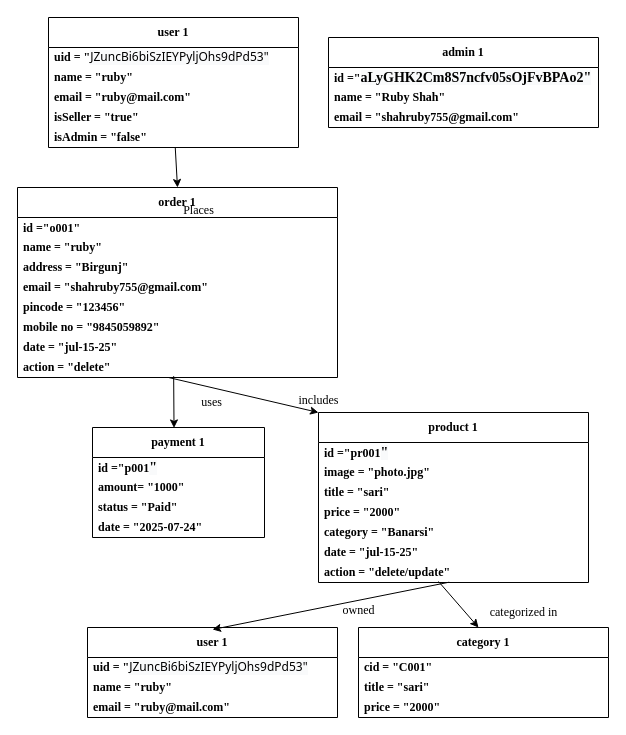
The draw.io diagram Text/diagram of data.drawio in rubyshah755/ecommerce, before the edit. Source tidied: cells renumbered, new cells numbered last; positions are measured from the earlier drawing's top-left corner, leaving out a move shared by most shapes. Both pictures are drawn from the tidied source at 100%, with x=0, y=0 at pixel (17, 17).
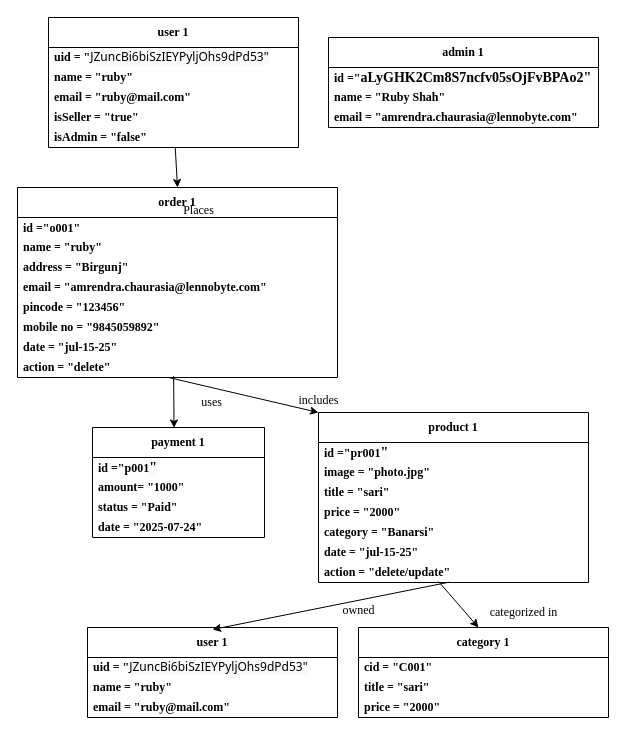
After the change.

The change refers to these unchanged cells:
```xml
<mxCell id="8" value="&lt;span&gt;&lt;font&gt;admin 1&lt;/font&gt;&lt;/span&gt;" style="swimlane;fontStyle=1;horizontal=1;startSize=30;whiteSpace=wrap;html=1;fontFamily=Times New Roman;" parent="1" vertex="1">
  <mxGeometry x="311" y="20" width="270" height="90" as="geometry" />
</mxCell>
<mxCell id="12" value="order 1&lt;span&gt;&lt;font&gt;&lt;/font&gt;&lt;/span&gt;" style="swimlane;fontStyle=1;horizontal=1;startSize=30;whiteSpace=wrap;html=1;fontFamily=Times New Roman;" parent="1" vertex="1">
  <mxGeometry y="170" width="320" height="190" as="geometry" />
</mxCell>
```

Diff of the diagram source:
```diff
@@
-    <mxCell id="11" value="&lt;b&gt;&lt;font face=&quot;Times New Roman&quot;&gt;email = &quot;shahruby755@gmail.com&quot;&lt;/font&gt;&lt;/b&gt;&lt;font face=&quot;Times New Roman&quot;&gt;&lt;b&gt;&lt;/b&gt;&lt;/font&gt;&lt;b&gt;&lt;font face=&quot;Times New Roman&quot;&gt;&lt;/font&gt;&lt;/b&gt;" style="text;strokeColor=none;fillColor=none;align=left;verticalAlign=middle;spacingLeft=4;spacingRight=4;overflow=hidden;whiteSpace=wrap;html=1;" parent="8" vertex="1">
+    <mxCell id="11" value="&lt;b&gt;&lt;font face=&quot;Times New Roman&quot;&gt;email = &quot;amrendra.chaurasia@lennobyte.com&quot;&lt;/font&gt;&lt;/b&gt;&lt;font face=&quot;Times New Roman&quot;&gt;&lt;b&gt;&lt;/b&gt;&lt;/font&gt;&lt;b&gt;&lt;font face=&quot;Times New Roman&quot;&gt;&lt;/font&gt;&lt;/b&gt;" style="text;strokeColor=none;fillColor=none;align=left;verticalAlign=middle;spacingLeft=4;spacingRight=4;overflow=hidden;whiteSpace=wrap;html=1;" parent="8" vertex="1">
       <mxGeometry y="70" width="270" height="20" as="geometry" />
     </mxCell>
@@
-    <mxCell id="16" value="&lt;b&gt;&lt;font face=&quot;Times New Roman&quot;&gt;email = &quot;shahruby755@gmail.com&quot;&lt;/font&gt;&lt;/b&gt;" style="text;strokeColor=none;fillColor=none;align=left;verticalAlign=middle;spacingLeft=4;spacingRight=4;overflow=hidden;whiteSpace=wrap;html=1;" parent="12" vertex="1">
+    <mxCell id="16" value="&lt;b&gt;&lt;font face=&quot;Times New Roman&quot;&gt;email = &quot;amrendra.chaurasia@lennobyte.com&quot;&lt;/font&gt;&lt;/b&gt;" style="text;strokeColor=none;fillColor=none;align=left;verticalAlign=middle;spacingLeft=4;spacingRight=4;overflow=hidden;whiteSpace=wrap;html=1;" parent="12" vertex="1">
       <mxGeometry y="90" width="320" height="20" as="geometry" />
     </mxCell>
```
